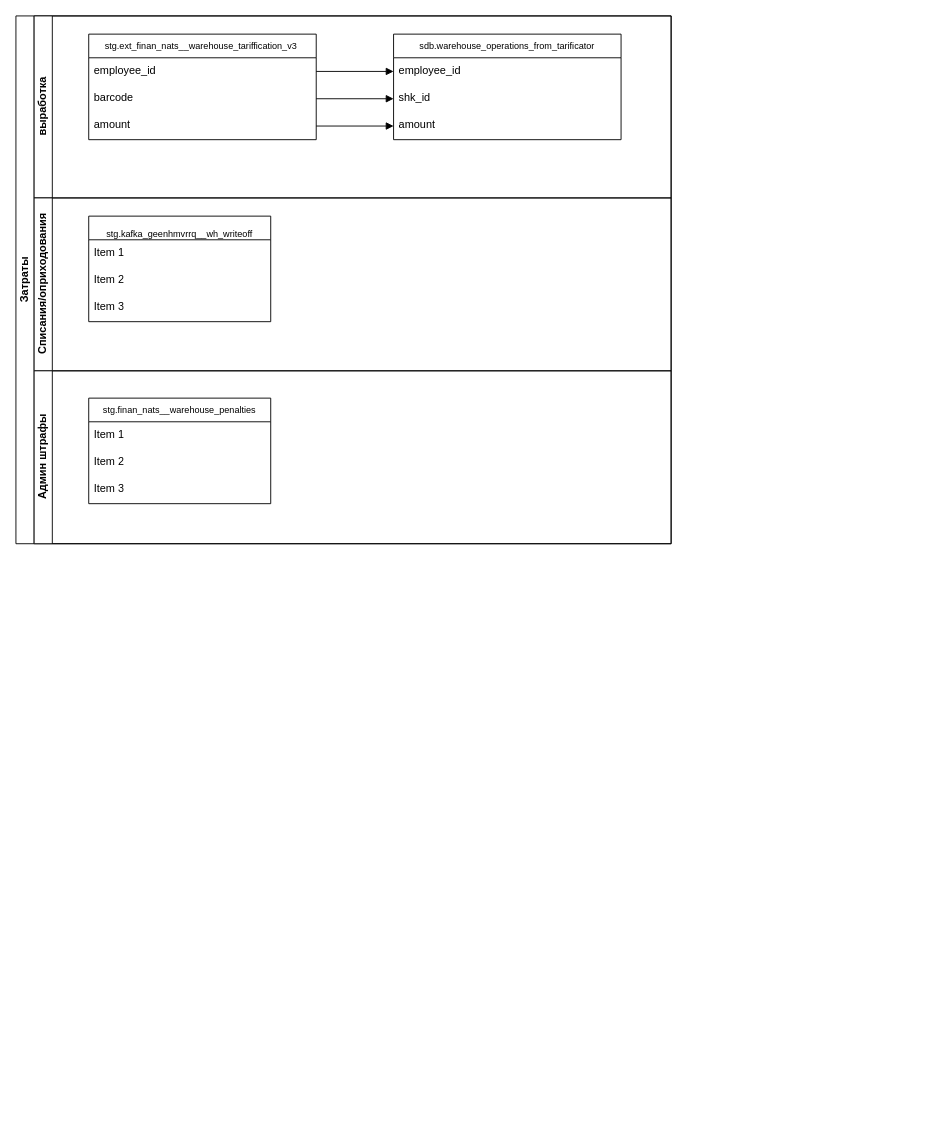
This is Потоки данных для витрины баланса.drawio from AntonKoltsov85/Schemes, a draw.io file, before an edit. Source tidied: cells renumbered, new cells numbered last; positions are measured from the earlier drawing's top-left corner, leaving out a move shared by most shapes. Both pictures are drawn from the tidied source at 91%, with x=0, y=0 at pixel (15, 15).
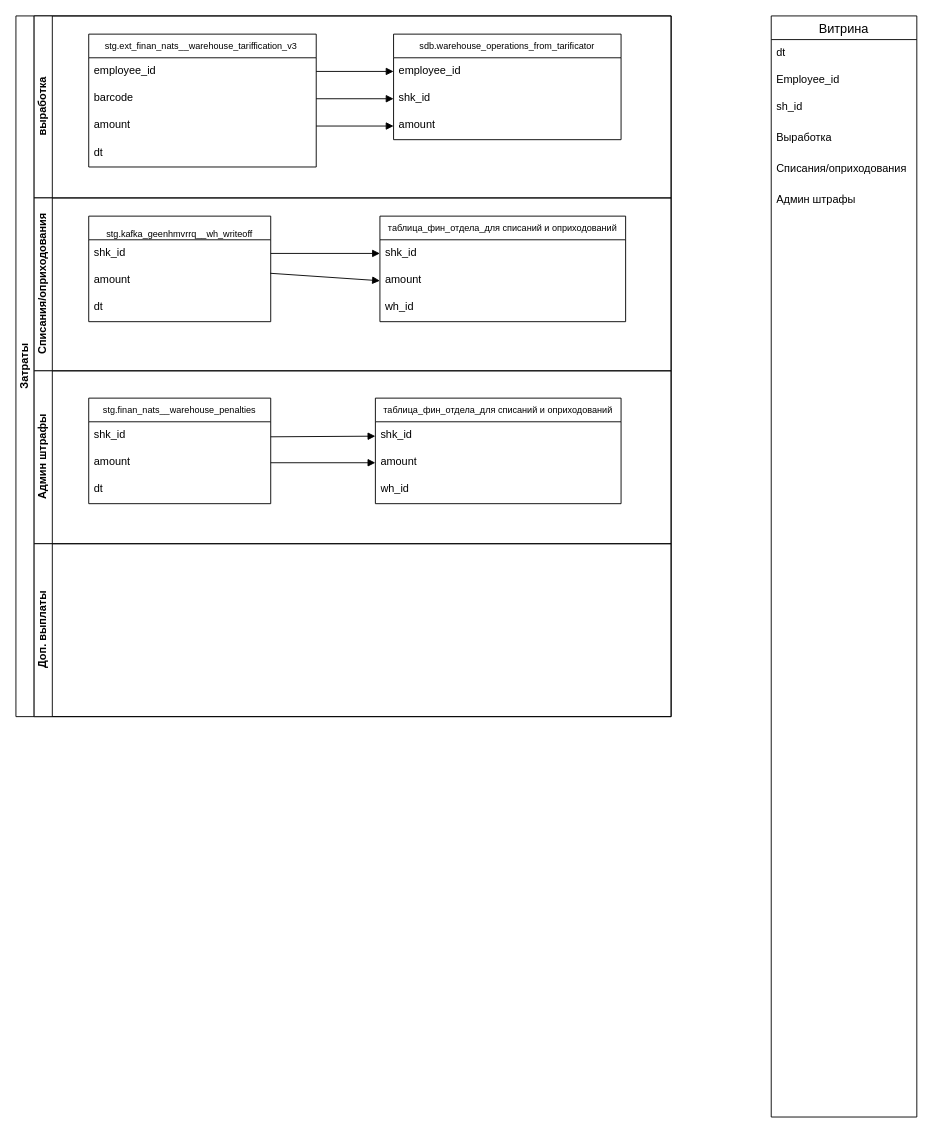
The same page after the edit.

Unchanged cells that the change refers to:
```xml
<mxCell id="3" value="выработка" style="swimlane;html=1;startSize=20;horizontal=0;" parent="2" vertex="1">
  <mxGeometry x="20" width="700" height="200" as="geometry" />
</mxCell>
<mxCell id="15" value="Списания/оприходования" style="swimlane;html=1;startSize=20;horizontal=0;" parent="2" vertex="1">
  <mxGeometry x="20" y="200" width="700" height="190" as="geometry" />
</mxCell>
<mxCell id="16" value="&#10;  stg.kafka_geenhmvrrq__wh_writeoff" style="swimlane;fontStyle=0;horizontal=1;startSize=26;align=center;fontSize=10;" parent="15" vertex="1">
  <mxGeometry x="60" y="20" width="200" height="116" as="geometry" />
</mxCell>
<mxCell id="20" value="Админ штрафы" style="swimlane;html=1;startSize=20;horizontal=0;" parent="2" vertex="1">
  <mxGeometry x="20" y="390" width="700" height="190" as="geometry" />
</mxCell>
<mxCell id="21" value="&#10;  stg.finan_nats__warehouse_penalties&#10;" style="swimlane;fontStyle=0;horizontal=1;startSize=26;align=center;fontSize=10;" parent="20" vertex="1">
  <mxGeometry x="60" y="30" width="200" height="116" as="geometry" />
</mxCell>
```

Change to the diagram source:
```diff
@@
     <mxCell id="2" value="Затраты" style="swimlane;html=1;horizontal=0;startSize=20;whiteSpace=wrap;" parent="1" vertex="1">
-      <mxGeometry width="720" height="580" as="geometry" />
+      <mxGeometry width="720" height="770" as="geometry" />
     </mxCell>
@@
     <mxCell id="4" value="stg.ext_finan_nats__warehouse_tariffication_v3 " style="swimlane;fontStyle=0;horizontal=1;startSize=26;align=center;fontSize=10;" parent="3" vertex="1">
-      <mxGeometry x="60" y="20" width="250" height="116" as="geometry" />
+      <mxGeometry x="60" y="20" width="250" height="146" as="geometry" />
     </mxCell>
@@
+    <mxCell id="25" value="dt" style="text;strokeColor=none;fillColor=none;spacingLeft=4;spacingRight=4;overflow=hidden;fontSize=12;whiteSpace=wrap;html=1;" parent="4" vertex="1">
+      <mxGeometry y="116" width="250" height="30" as="geometry" />
+    </mxCell>
@@
-    <mxCell id="17" value="Item 1" style="text;strokeColor=none;fillColor=none;spacingLeft=4;spacingRight=4;overflow=hidden;points=[[0,0.5],[1,0.5]];portConstraint=eastwest;fontSize=12;whiteSpace=wrap;html=1;" parent="16" vertex="1">
+    <mxCell id="17" value="shk_id" style="text;strokeColor=none;fillColor=none;spacingLeft=4;spacingRight=4;overflow=hidden;points=[[0,0.5],[1,0.5]];portConstraint=eastwest;fontSize=12;whiteSpace=wrap;html=1;" parent="16" vertex="1">
       <mxGeometry y="26" width="200" height="30" as="geometry" />
     </mxCell>
-    <mxCell id="18" value="Item 2" style="text;strokeColor=none;fillColor=none;spacingLeft=4;spacingRight=4;overflow=hidden;points=[[0,0.5],[1,0.5]];portConstraint=eastwest;fontSize=12;whiteSpace=wrap;html=1;" parent="16" vertex="1">
+    <mxCell id="18" value="amount" style="text;strokeColor=none;fillColor=none;spacingLeft=4;spacingRight=4;overflow=hidden;points=[[0,0.5],[1,0.5]];portConstraint=eastwest;fontSize=12;whiteSpace=wrap;html=1;" parent="16" vertex="1">
       <mxGeometry y="56" width="200" height="30" as="geometry" />
     </mxCell>
-    <mxCell id="19" value="Item 3" style="text;strokeColor=none;fillColor=none;spacingLeft=4;spacingRight=4;overflow=hidden;fontSize=12;whiteSpace=wrap;html=1;" parent="16" vertex="1">
-      <mxGeometry y="86" width="200" height="30" as="geometry" />
-    </mxCell>
+    <mxCell id="26" value="dt" style="text;strokeColor=none;fillColor=none;spacingLeft=4;spacingRight=4;overflow=hidden;fontSize=12;whiteSpace=wrap;html=1;" parent="16" vertex="1">
+      <mxGeometry y="86" width="200" height="30" as="geometry" />
+    </mxCell>
+    <mxCell id="27" value="таблица_фин_отдела_для списаний и оприходований" style="swimlane;fontStyle=0;horizontal=1;startSize=26;align=center;fontSize=10;" parent="15" vertex="1">
+      <mxGeometry x="380" y="20" width="270" height="116" as="geometry" />
+    </mxCell>
+    <mxCell id="28" value="shk_id" style="text;strokeColor=none;fillColor=none;spacingLeft=4;spacingRight=4;overflow=hidden;points=[[0,0.5],[1,0.5]];portConstraint=eastwest;fontSize=12;whiteSpace=wrap;html=1;" parent="27" vertex="1">
+      <mxGeometry y="26" width="270" height="30" as="geometry" />
+    </mxCell>
+    <mxCell id="29" value="amount" style="text;strokeColor=none;fillColor=none;spacingLeft=4;spacingRight=4;overflow=hidden;points=[[0,0.5],[1,0.5]];portConstraint=eastwest;fontSize=12;whiteSpace=wrap;html=1;" parent="27" vertex="1">
+      <mxGeometry y="56" width="270" height="30" as="geometry" />
+    </mxCell>
+    <mxCell id="30" value="wh_id" style="text;strokeColor=none;fillColor=none;spacingLeft=4;spacingRight=4;overflow=hidden;fontSize=12;whiteSpace=wrap;html=1;" parent="27" vertex="1">
+      <mxGeometry y="86" width="270" height="30" as="geometry" />
+    </mxCell>
+    <mxCell id="31" style="html=1;verticalAlign=bottom;endArrow=block;curved=0;rounded=0;entryX=0;entryY=0.5;entryDx=0;entryDy=0;" parent="15" edge="1" source="17" target="28">
+      <mxGeometry relative="1" as="geometry" />
+    </mxCell>
+    <mxCell id="32" style="html=1;verticalAlign=bottom;endArrow=block;curved=0;rounded=0;exitX=0.998;exitY=0.227;exitDx=0;exitDy=0;exitPerimeter=0;entryX=0;entryY=0.5;entryDx=0;entryDy=0;" parent="15" edge="1" source="18" target="29">
+      <mxGeometry relative="1" as="geometry" />
+    </mxCell>
@@
-    <mxCell id="22" value="Item 1" style="text;strokeColor=none;fillColor=none;spacingLeft=4;spacingRight=4;overflow=hidden;fontSize=12;whiteSpace=wrap;html=1;" parent="21" vertex="1">
+    <mxCell id="22" value="shk_id" style="text;strokeColor=none;fillColor=none;spacingLeft=4;spacingRight=4;overflow=hidden;fontSize=12;whiteSpace=wrap;html=1;" parent="21" vertex="1">
       <mxGeometry y="26" width="200" height="30" as="geometry" />
     </mxCell>
-    <mxCell id="23" value="Item 2" style="text;strokeColor=none;fillColor=none;spacingLeft=4;spacingRight=4;overflow=hidden;points=[[0,0.5],[1,0.5]];portConstraint=eastwest;fontSize=12;whiteSpace=wrap;html=1;" parent="21" vertex="1">
+    <mxCell id="23" value="amount" style="text;strokeColor=none;fillColor=none;spacingLeft=4;spacingRight=4;overflow=hidden;points=[[0,0.5],[1,0.5]];portConstraint=eastwest;fontSize=12;whiteSpace=wrap;html=1;" parent="21" vertex="1">
       <mxGeometry y="56" width="200" height="30" as="geometry" />
     </mxCell>
-    <mxCell id="24" value="Item 3" style="text;strokeColor=none;fillColor=none;spacingLeft=4;spacingRight=4;overflow=hidden;fontSize=12;whiteSpace=wrap;html=1;" parent="21" vertex="1">
-      <mxGeometry y="86" width="200" height="30" as="geometry" />
-    </mxCell>
+    <mxCell id="33" value="dt" style="text;strokeColor=none;fillColor=none;spacingLeft=4;spacingRight=4;overflow=hidden;fontSize=12;whiteSpace=wrap;html=1;" parent="21" vertex="1">
+      <mxGeometry y="86" width="200" height="30" as="geometry" />
+    </mxCell>
+    <mxCell id="34" value="таблица_фин_отдела_для списаний и оприходований" style="swimlane;fontStyle=0;horizontal=1;startSize=26;align=center;fontSize=10;" parent="20" vertex="1">
+      <mxGeometry x="375" y="30" width="270" height="116" as="geometry" />
+    </mxCell>
+    <mxCell id="35" value="shk_id" style="text;strokeColor=none;fillColor=none;spacingLeft=4;spacingRight=4;overflow=hidden;points=[[0,0.5],[1,0.5]];portConstraint=eastwest;fontSize=12;whiteSpace=wrap;html=1;" parent="34" vertex="1">
+      <mxGeometry y="26" width="270" height="30" as="geometry" />
+    </mxCell>
+    <mxCell id="36" value="amount" style="text;strokeColor=none;fillColor=none;spacingLeft=4;spacingRight=4;overflow=hidden;points=[[0,0.5],[1,0.5]];portConstraint=eastwest;fontSize=12;whiteSpace=wrap;html=1;" parent="34" vertex="1">
+      <mxGeometry y="56" width="270" height="30" as="geometry" />
+    </mxCell>
+    <mxCell id="37" value="wh_id" style="text;strokeColor=none;fillColor=none;spacingLeft=4;spacingRight=4;overflow=hidden;fontSize=12;whiteSpace=wrap;html=1;" parent="34" vertex="1">
+      <mxGeometry y="86" width="270" height="30" as="geometry" />
+    </mxCell>
+    <mxCell id="38" style="html=1;verticalAlign=bottom;endArrow=block;curved=0;rounded=0;" parent="20" edge="1" target="35">
+      <mxGeometry relative="1" as="geometry">
+        <mxPoint x="260" y="72.5" as="sourcePoint" />
+      </mxGeometry>
+    </mxCell>
+    <mxCell id="39" style="html=1;verticalAlign=bottom;endArrow=block;curved=0;rounded=0;exitX=1;exitY=0.5;exitDx=0;exitDy=0;entryX=0;entryY=0.5;entryDx=0;entryDy=0;" parent="20" edge="1" source="23" target="36">
+      <mxGeometry relative="1" as="geometry" />
+    </mxCell>
+    <mxCell id="40" value="Доп. выплаты" style="swimlane;html=1;startSize=20;horizontal=0;" parent="2" vertex="1">
+      <mxGeometry x="20" y="580" width="700" height="190" as="geometry" />
+    </mxCell>
+    <mxCell id="41" value="Витрина" style="swimlane;fontStyle=0;horizontal=1;startSize=26;align=center;fontSize=14;" parent="1" vertex="1">
+      <mxGeometry x="830" width="160" height="1210" as="geometry" />
+    </mxCell>
+    <mxCell id="42" value="dt" style="text;strokeColor=none;fillColor=none;spacingLeft=4;spacingRight=4;overflow=hidden;fontSize=12;whiteSpace=wrap;html=1;" parent="41" vertex="1">
+      <mxGeometry y="26" width="160" height="30" as="geometry" />
+    </mxCell>
+    <mxCell id="43" value="Employee_id" style="text;strokeColor=none;fillColor=none;spacingLeft=4;spacingRight=4;overflow=hidden;fontSize=12;whiteSpace=wrap;html=1;" parent="41" vertex="1">
+      <mxGeometry y="56" width="160" height="30" as="geometry" />
+    </mxCell>
+    <mxCell id="44" value="sh_id" style="text;strokeColor=none;fillColor=none;spacingLeft=4;spacingRight=4;overflow=hidden;fontSize=12;whiteSpace=wrap;html=1;" parent="41" vertex="1">
+      <mxGeometry y="86" width="160" height="34" as="geometry" />
+    </mxCell>
+    <mxCell id="45" value="Выработка" style="text;strokeColor=none;fillColor=none;spacingLeft=4;spacingRight=4;overflow=hidden;fontSize=12;whiteSpace=wrap;html=1;" parent="41" vertex="1">
+      <mxGeometry y="120" width="160" height="34" as="geometry" />
+    </mxCell>
+    <mxCell id="46" value="Списания/оприходования" style="text;strokeColor=none;fillColor=none;spacingLeft=4;spacingRight=4;overflow=hidden;fontSize=12;whiteSpace=wrap;html=1;" parent="41" vertex="1">
+      <mxGeometry y="154" width="160" height="34" as="geometry" />
+    </mxCell>
+    <mxCell id="47" value="Админ штрафы" style="text;strokeColor=none;fillColor=none;spacingLeft=4;spacingRight=4;overflow=hidden;fontSize=12;whiteSpace=wrap;html=1;" parent="41" vertex="1">
+      <mxGeometry y="188" width="160" height="34" as="geometry" />
+    </mxCell>
+    <mxCell id="48" style="text;strokeColor=none;fillColor=none;spacingLeft=4;spacingRight=4;overflow=hidden;fontSize=12;whiteSpace=wrap;html=1;" parent="41" vertex="1">
+      <mxGeometry y="222" width="160" height="494" as="geometry" />
+    </mxCell>
+    <mxCell id="49" style="text;strokeColor=none;fillColor=none;spacingLeft=4;spacingRight=4;overflow=hidden;fontSize=12;whiteSpace=wrap;html=1;" parent="41" vertex="1">
+      <mxGeometry y="716" width="160" height="494" as="geometry" />
+    </mxCell>
```
